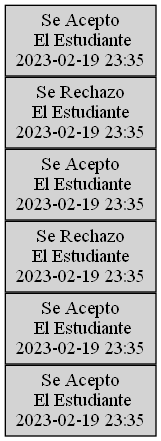
walterjav19/EDD_1S2023_PY_202111718 keeps this Graphviz diagram as EDD_Proyecto1_Fase1/Reportes/PilaAdmin.png. Above is the earlier version. Its source is kept beside it as EDD_Proyecto1_Fase1/Grafics/PilaAdmin.dot. The source it was exported from:
```dot
digraph Pila {
node [shape=box, width=1.2, height=0.6, style=filled, fillcolor=lightgray];
rankdir=LR;
nodesep=0;
n0 [label="Se Acepto
 El Estudiante
2023-02-19 23:35"];
n1 [label="Se Acepto
 El Estudiante
2023-02-19 23:35"];
n2 [label="Se Rechazo
El Estudiante
2023-02-19 23:35"];
n3 [label="Se Acepto
 El Estudiante
2023-02-19 23:35"];
n4 [label="Se Rechazo
El Estudiante
2023-02-19 23:35"];
n5 [label="Se Acepto
 El Estudiante
2023-02-19 23:35"];
}
```
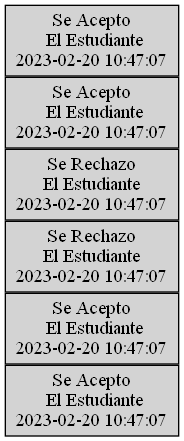
After the change.

Commit message:
lista hecha corregir pila y hacer json

Change to the diagram source:
```diff
@@ -4,20 +4,20 @@
 nodesep=0;
 n0 [label="Se Acepto
  El Estudiante
-2023-02-19 23:35"];
+2023-02-20 10:47:07"];
 n1 [label="Se Acepto
  El Estudiante
-2023-02-19 23:35"];
+2023-02-20 10:47:07"];
 n2 [label="Se Rechazo
 El Estudiante
-2023-02-19 23:35"];
-n3 [label="Se Acepto
+2023-02-20 10:47:07"];
+n3 [label="Se Rechazo
+El Estudiante
+2023-02-20 10:47:07"];
+n4 [label="Se Acepto
  El Estudiante
-2023-02-19 23:35"];
-n4 [label="Se Rechazo
-El Estudiante
-2023-02-19 23:35"];
+2023-02-20 10:47:07"];
 n5 [label="Se Acepto
  El Estudiante
-2023-02-19 23:35"];
+2023-02-20 10:47:07"];
 }
```
